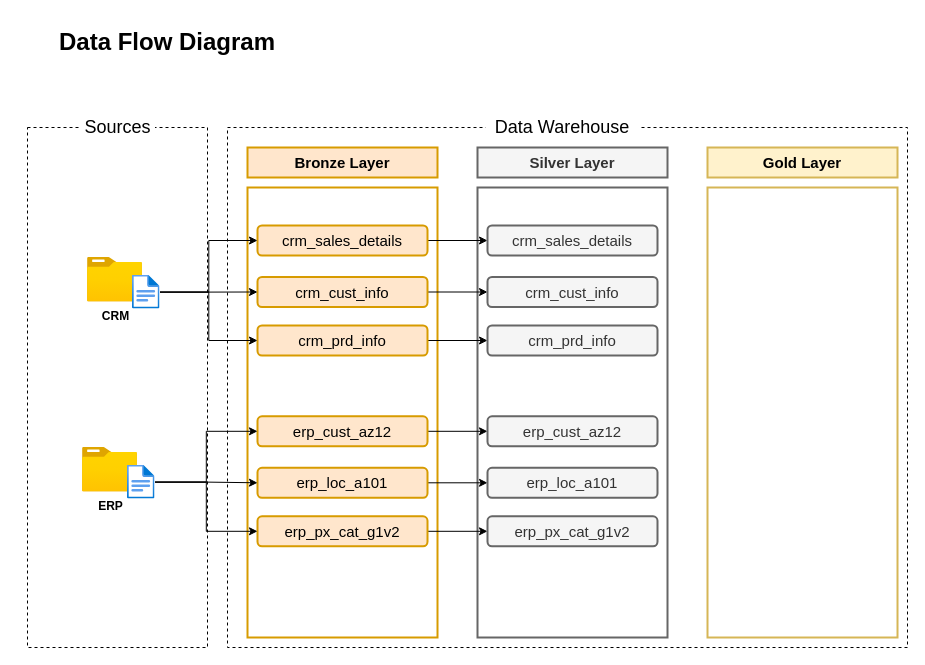
Above: docs/DataFlowDiagram.drawio in axelgomez/sql-data-warehouse-project (draw.io), before the change. Source tidied: cells renumbered, new cells numbered last; positions are measured from the earlier drawing's top-left corner, leaving out a move shared by most shapes. Both pictures are drawn from the tidied source at 100%, with x=0, y=0 at pixel (17, 17).
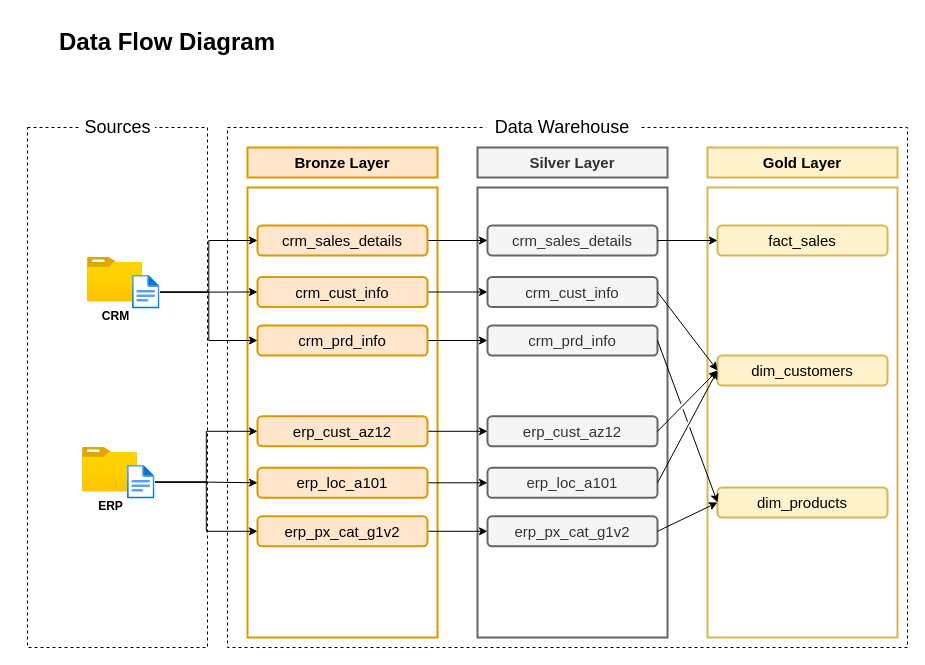
Above is the later version.

Unchanged cells that the change refers to:
```xml
<mxCell id="37" value="crm_sales_details" style="rounded=1;whiteSpace=wrap;html=1;fillColor=#f5f5f5;strokeColor=#666666;fontSize=15;strokeWidth=2;fontColor=#333333;" parent="1" vertex="1">
  <mxGeometry x="470" y="208" width="170" height="30" as="geometry" />
</mxCell>
<mxCell id="38" value="crm_cust_info" style="rounded=1;whiteSpace=wrap;html=1;fillColor=#f5f5f5;strokeColor=#666666;fontSize=15;strokeWidth=2;fontColor=#333333;" parent="1" vertex="1">
  <mxGeometry x="470" y="259.5" width="170" height="30" as="geometry" />
</mxCell>
<mxCell id="39" value="crm_prd_info" style="rounded=1;whiteSpace=wrap;html=1;fillColor=#f5f5f5;strokeColor=#666666;fontSize=15;strokeWidth=2;fontColor=#333333;" parent="1" vertex="1">
  <mxGeometry x="470" y="308" width="170" height="30" as="geometry" />
</mxCell>
<mxCell id="40" value="erp_cust_az12" style="rounded=1;whiteSpace=wrap;html=1;fillColor=#f5f5f5;strokeColor=#666666;fontSize=15;strokeWidth=2;fontColor=#333333;" parent="1" vertex="1">
  <mxGeometry x="470" y="398.8" width="170" height="30" as="geometry" />
</mxCell>
<mxCell id="41" value="erp_loc_a101" style="rounded=1;whiteSpace=wrap;html=1;fillColor=#f5f5f5;strokeColor=#666666;fontSize=15;strokeWidth=2;fontColor=#333333;" parent="1" vertex="1">
  <mxGeometry x="470" y="450.3" width="170" height="30" as="geometry" />
</mxCell>
<mxCell id="42" value="erp_px_cat_g1v2" style="rounded=1;whiteSpace=wrap;html=1;fillColor=#f5f5f5;strokeColor=#666666;fontSize=15;strokeWidth=2;fontColor=#333333;" parent="1" vertex="1">
  <mxGeometry x="470" y="498.8" width="170" height="30" as="geometry" />
</mxCell>
```

Change to the diagram source:
```diff
@@
+    <mxCell id="43" value="fact_sales" style="rounded=1;whiteSpace=wrap;html=1;fillColor=#fff2cc;strokeColor=#d6b656;fontSize=15;strokeWidth=2;" parent="1" vertex="1">
+      <mxGeometry x="700" y="208" width="170" height="30" as="geometry" />
+    </mxCell>
+    <mxCell id="44" value="dim_customers" style="rounded=1;whiteSpace=wrap;html=1;fillColor=#fff2cc;strokeColor=#d6b656;fontSize=15;strokeWidth=2;" parent="1" vertex="1">
+      <mxGeometry x="700" y="338" width="170" height="30" as="geometry" />
+    </mxCell>
+    <mxCell id="45" value="dim_products" style="rounded=1;whiteSpace=wrap;html=1;fillColor=#fff2cc;strokeColor=#d6b656;fontSize=15;strokeWidth=2;" parent="1" vertex="1">
+      <mxGeometry x="700" y="470" width="170" height="30" as="geometry" />
+    </mxCell>
+    <mxCell id="46" style="edgeStyle=orthogonalEdgeStyle;rounded=0;jettySize=auto;html=1;entryX=0;entryY=0.5;entryDx=0;entryDy=0;exitX=1;exitY=0.5;exitDx=0;exitDy=0;" parent="1" edge="1" source="37" target="43">
+      <mxGeometry relative="1" as="geometry" />
+    </mxCell>
+    <mxCell id="47" style="rounded=0;jettySize=auto;html=1;entryX=0;entryY=0.5;entryDx=0;entryDy=0;exitX=1;exitY=0.5;exitDx=0;exitDy=0;jumpStyle=gap;" parent="1" edge="1" source="38" target="44">
+      <mxGeometry relative="1" as="geometry" />
+    </mxCell>
+    <mxCell id="48" style="rounded=0;jettySize=auto;html=1;entryX=0;entryY=0.5;entryDx=0;entryDy=0;exitX=1;exitY=0.5;exitDx=0;exitDy=0;jumpStyle=gap;" parent="1" edge="1" source="40" target="44">
+      <mxGeometry relative="1" as="geometry" />
+    </mxCell>
+    <mxCell id="49" style="rounded=0;jettySize=auto;html=1;entryX=0;entryY=0.5;entryDx=0;entryDy=0;exitX=1;exitY=0.5;exitDx=0;exitDy=0;jumpStyle=gap;" parent="1" edge="1" source="41" target="44">
+      <mxGeometry relative="1" as="geometry" />
+    </mxCell>
+    <mxCell id="50" style="rounded=0;jettySize=auto;html=1;entryX=0;entryY=0.5;entryDx=0;entryDy=0;exitX=1;exitY=0.5;exitDx=0;exitDy=0;jumpStyle=gap;" parent="1" edge="1" source="39" target="45">
+      <mxGeometry relative="1" as="geometry" />
+    </mxCell>
+    <mxCell id="51" style="rounded=0;jettySize=auto;html=1;entryX=0;entryY=0.5;entryDx=0;entryDy=0;exitX=1;exitY=0.5;exitDx=0;exitDy=0;jumpStyle=gap;" parent="1" edge="1" source="42" target="45">
+      <mxGeometry relative="1" as="geometry" />
+    </mxCell>
```
